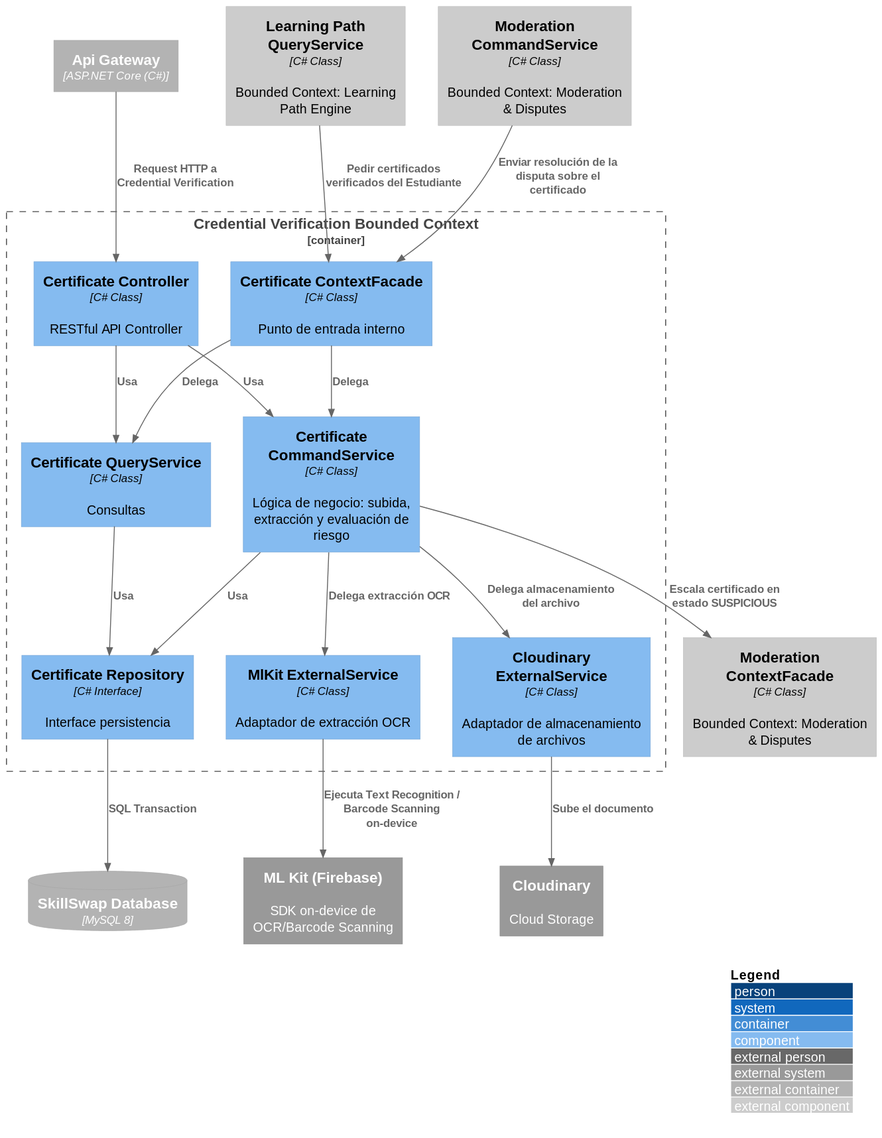
The PlantUML diagram images-doc/CredentialVerificationComponent.svg in Aplicaciones-Dispositivos-Moviles/SkillSwap-ProjectReport, before a commit. Source of this version:
```plantuml
@startuml
!include https://raw.githubusercontent.com/plantuml-stdlib/C4-PlantUML/master/C4_Component.puml

LAYOUT_WITH_LEGEND()

Container_Ext(apiGateway, "Api Gateway", "ASP.NET Core (C#)")
ContainerDb_Ext(mainDB, "SkillSwap Database", "MySQL 8")
System_Ext(mlKitService, "ML Kit (Firebase)", "SDK on-device de OCR/Barcode Scanning")
System_Ext(cloudStorage, "Cloudinary", "Cloud Storage")

Container_Boundary(credentialBC, "Credential Verification Bounded Context") {
    Component(certificateController, "Certificate Controller", "C# Class", "RESTful API Controller")
    Component(certificateCommandService, "Certificate CommandService", "C# Class", "Lógica de negocio: subida, extracción y evaluación de riesgo")
    Component(certificateQueryService, "Certificate QueryService", "C# Class", "Consultas")
    Component(certificateRepository, "Certificate Repository", "C# Interface", "Interface persistencia")
    Component(mlKitExtractorExternal, "MlKit ExternalService", "C# Class", "Adaptador de extracción OCR")
    Component(cloudinaryStorageExternal, "Cloudinary ExternalService", "C# Class", "Adaptador de almacenamiento de archivos")
    Component(certificateContextFacade, "Certificate ContextFacade", "C# Class", "Punto de entrada interno")
}

Component_Ext(moderationContextFacade, "Moderation ContextFacade", "C# Class", "Bounded Context: Moderation & Disputes")
Component_Ext(pathEngineQueryService, "Learning Path QueryService", "C# Class", "Bounded Context: Learning Path Engine")
Component_Ext(moderationCommandService, "Moderation CommandService", "C# Class", "Bounded Context: Moderation & Disputes")

Rel(apiGateway, certificateController, "Request HTTP a Credential Verification")
Rel(certificateController, certificateCommandService, "Usa")
Rel(certificateController, certificateQueryService, "Usa")
Rel(certificateCommandService, certificateRepository, "Usa")
Rel(certificateQueryService, certificateRepository, "Usa")
Rel(certificateRepository, mainDB, "SQL Transaction")

Rel(certificateCommandService, mlKitExtractorExternal, "Delega extracción OCR")
Rel(mlKitExtractorExternal, mlKitService, "Ejecuta Text Recognition / Barcode Scanning on-device")

Rel(certificateCommandService, cloudinaryStorageExternal, "Delega almacenamiento del archivo")
Rel(cloudinaryStorageExternal, cloudStorage, "Sube el documento")

Rel(certificateCommandService, moderationContextFacade, "Escala certificado en estado SUSPICIOUS")

Rel(certificateContextFacade, certificateCommandService, "Delega")
Rel(certificateContextFacade, certificateQueryService, "Delega")

Rel(pathEngineQueryService, certificateContextFacade, "Pedir certificados verificados del Estudiante")
Rel(moderationCommandService, certificateContextFacade, "Enviar resolución de la disputa sobre el certificado")
@enduml
```
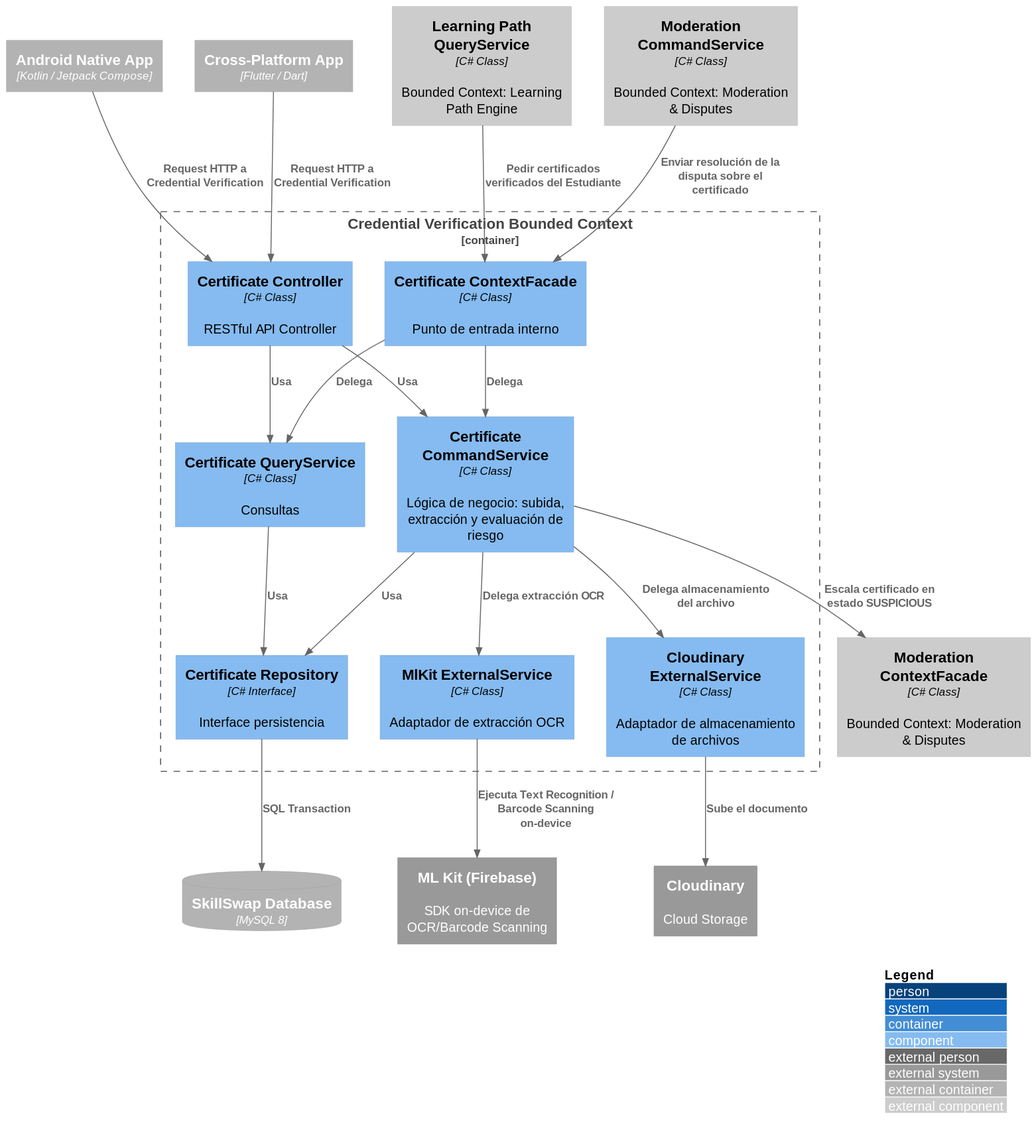
Later version of the same file.

What changed in the source:
```diff
@@ -3,7 +3,8 @@
 
 LAYOUT_WITH_LEGEND()
 
-Container_Ext(apiGateway, "Api Gateway", "ASP.NET Core (C#)")
+Container_Ext(androidApp, "Android Native App", "Kotlin / Jetpack Compose")
+Container_Ext(flutterApp, "Cross-Platform App", "Flutter / Dart")
 ContainerDb_Ext(mainDB, "SkillSwap Database", "MySQL 8")
 System_Ext(mlKitService, "ML Kit (Firebase)", "SDK on-device de OCR/Barcode Scanning")
 System_Ext(cloudStorage, "Cloudinary", "Cloud Storage")
@@ -22,7 +23,8 @@
 Component_Ext(pathEngineQueryService, "Learning Path QueryService", "C# Class", "Bounded Context: Learning Path Engine")
 Component_Ext(moderationCommandService, "Moderation CommandService", "C# Class", "Bounded Context: Moderation & Disputes")
 
-Rel(apiGateway, certificateController, "Request HTTP a Credential Verification")
+Rel(androidApp, certificateController, "Request HTTP a Credential Verification")
+Rel(flutterApp, certificateController, "Request HTTP a Credential Verification")
 Rel(certificateController, certificateCommandService, "Usa")
 Rel(certificateController, certificateQueryService, "Usa")
 Rel(certificateCommandService, certificateRepository, "Usa")
```
